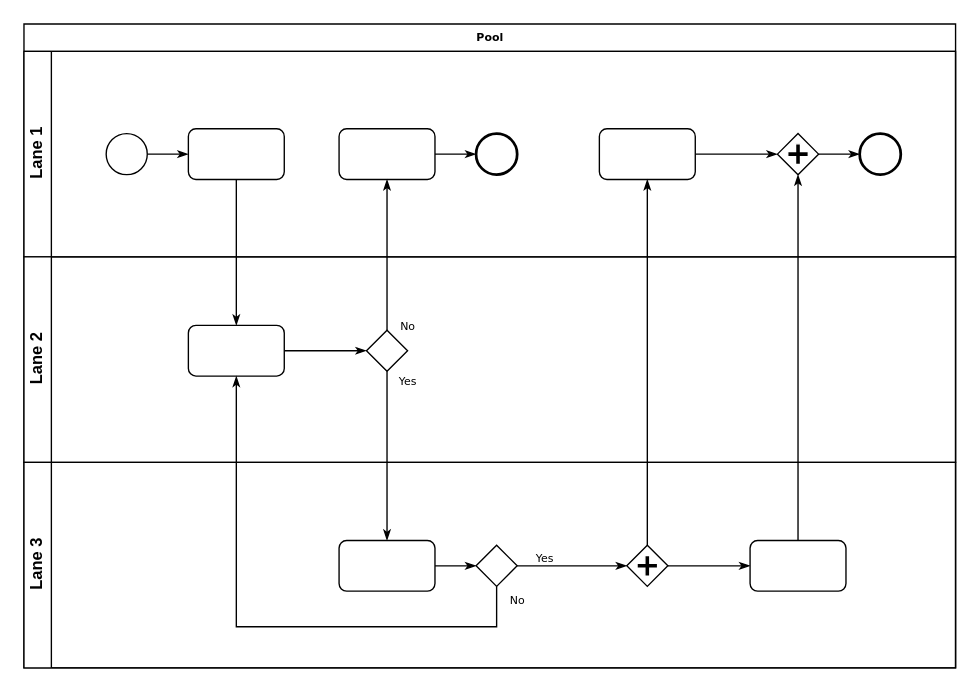
The draw.io diagram 3.drawio in romon-liangbo/draw, before the edit. Source tidied: cells renumbered, new cells numbered last; positions are measured from the earlier drawing's top-left corner, leaving out a move shared by most shapes. Both pictures are drawn from the tidied source at 137%, with x=0, y=0 at pixel (23, 23).
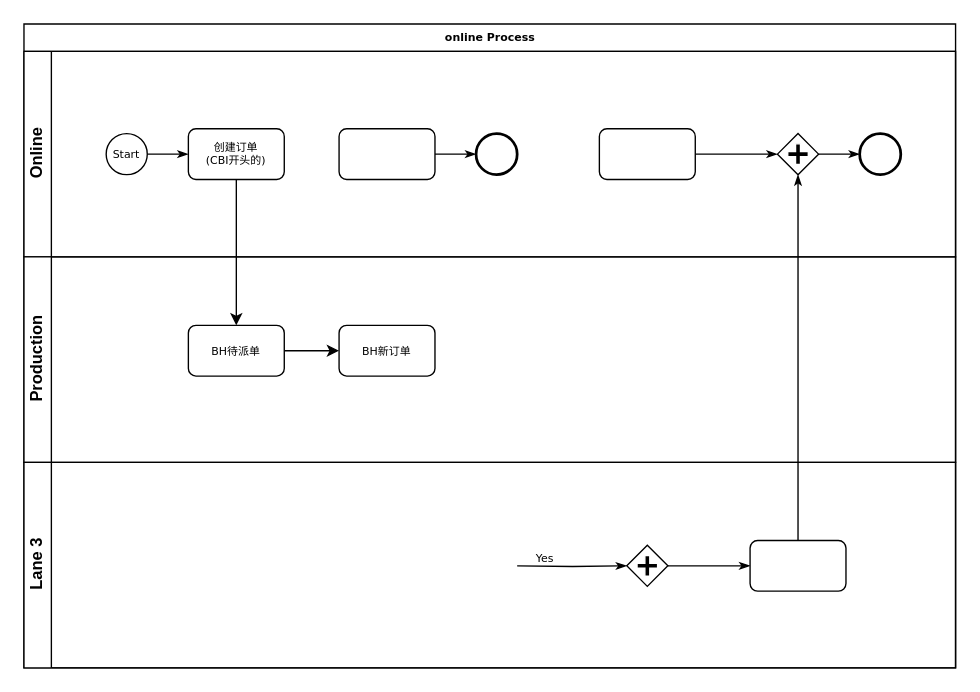
After the change.

The change refers to these unchanged cells:
```xml
<mxCell id="8" style="rounded=1;whiteSpace=wrap;html=1;shadow=0;labelBackgroundColor=none;strokeWidth=1;fontFamily=Verdana;fontSize=8;align=center;" parent="3" vertex="1">
  <mxGeometry x="230" y="56.5" width="70" height="37" as="geometry" />
</mxCell>
<mxCell id="11" style="rounded=1;whiteSpace=wrap;html=1;shadow=0;labelBackgroundColor=none;strokeWidth=1;fontFamily=Verdana;fontSize=8;align=center;" parent="3" vertex="1">
  <mxGeometry x="420" y="56.5" width="70" height="37" as="geometry" />
</mxCell>
<mxCell id="13" style="shape=mxgraph.bpmn.shape;html=1;verticalLabelPosition=bottom;labelBackgroundColor=#ffffff;verticalAlign=top;perimeter=rhombusPerimeter;background=gateway;outline=none;symbol=parallelGw;rounded=1;shadow=0;strokeWidth=1;fontFamily=Verdana;fontSize=8;align=center;" parent="3" vertex="1">
  <mxGeometry x="550" y="60" width="30" height="30" as="geometry" />
</mxCell>
<mxCell id="19" value="Lane 3" style="swimlane;html=1;startSize=20;horizontal=0;" parent="2" vertex="1">
  <mxGeometry y="320" width="680" height="150" as="geometry" />
</mxCell>
<mxCell id="25" style="shape=mxgraph.bpmn.shape;html=1;verticalLabelPosition=bottom;labelBackgroundColor=#ffffff;verticalAlign=top;perimeter=rhombusPerimeter;background=gateway;outline=none;symbol=parallelGw;rounded=1;shadow=0;strokeWidth=1;fontFamily=Verdana;fontSize=8;align=center;" parent="19" vertex="1">
  <mxGeometry x="440" y="60.5" width="30" height="30" as="geometry" />
</mxCell>
<mxCell id="26" style="rounded=1;whiteSpace=wrap;html=1;shadow=0;labelBackgroundColor=none;strokeWidth=1;fontFamily=Verdana;fontSize=8;align=center;" parent="19" vertex="1">
  <mxGeometry x="530" y="57" width="70" height="37" as="geometry" />
</mxCell>
```

Change to the diagram source:
```diff
@@
-    <mxCell id="2" value="Pool" style="swimlane;html=1;horizontal=1;startSize=20;rounded=0;shadow=0;labelBackgroundColor=none;strokeWidth=1;fontFamily=Verdana;fontSize=8;align=center;" parent="1" vertex="1">
+    <mxCell id="2" value="online Process" style="swimlane;html=1;horizontal=1;startSize=20;rounded=0;shadow=0;labelBackgroundColor=none;strokeWidth=1;fontFamily=Verdana;fontSize=8;align=center;" parent="1" vertex="1">
       <mxGeometry width="680" height="470" as="geometry" />
     </mxCell>
-    <mxCell id="3" value="Lane 1" style="swimlane;html=1;startSize=20;horizontal=0;" parent="2" vertex="1">
+    <mxCell id="3" value="Online" style="swimlane;html=1;startSize=20;horizontal=0;" parent="2" vertex="1">
       <mxGeometry y="20" width="680" height="150" as="geometry" />
     </mxCell>
@@
-    <mxCell id="5" style="ellipse;whiteSpace=wrap;html=1;rounded=0;shadow=0;labelBackgroundColor=none;strokeWidth=1;fontFamily=Verdana;fontSize=8;align=center;" parent="3" vertex="1">
+    <mxCell id="5" value="Start" style="ellipse;whiteSpace=wrap;html=1;rounded=0;shadow=0;labelBackgroundColor=none;strokeWidth=1;fontFamily=Verdana;fontSize=8;align=center;" parent="3" vertex="1">
       <mxGeometry x="60" y="60" width="30" height="30" as="geometry" />
     </mxCell>
-    <mxCell id="6" style="rounded=1;whiteSpace=wrap;html=1;shadow=0;labelBackgroundColor=none;strokeWidth=1;fontFamily=Verdana;fontSize=8;align=center;" parent="3" vertex="1">
+    <mxCell id="6" value="创建订单&lt;br&gt;(CBI开头的)" style="rounded=1;whiteSpace=wrap;html=1;shadow=0;labelBackgroundColor=none;strokeWidth=1;fontFamily=Verdana;fontSize=8;align=center;" parent="3" vertex="1">
       <mxGeometry x="120" y="56.5" width="70" height="37" as="geometry" />
     </mxCell>
@@
-    <mxCell id="15" value="Lane 2" style="swimlane;html=1;startSize=20;horizontal=0;" parent="2" vertex="1">
+    <mxCell id="15" value="Production" style="swimlane;html=1;startSize=20;horizontal=0;" parent="2" vertex="1">
       <mxGeometry y="170" width="680" height="150" as="geometry" />
     </mxCell>
-    <mxCell id="16" style="edgeStyle=orthogonalEdgeStyle;rounded=0;html=1;labelBackgroundColor=none;startArrow=none;startFill=0;startSize=5;endArrow=classicThin;endFill=1;endSize=5;jettySize=auto;strokeWidth=1;fontFamily=Verdana;fontSize=8;" parent="15" edge="1" source="17" target="18">
-      <mxGeometry relative="1" as="geometry" />
-    </mxCell>
+    <mxCell id="33" style="edgeStyle=orthogonalEdgeStyle;rounded=0;jettySize=auto;html=1;" parent="15" edge="1" source="17" target="34">
+      <mxGeometry relative="1" as="geometry" />
+    </mxCell>
-    <mxCell id="17" style="rounded=1;whiteSpace=wrap;html=1;shadow=0;labelBackgroundColor=none;strokeWidth=1;fontFamily=Verdana;fontSize=8;align=center;" parent="15" vertex="1">
+    <mxCell id="17" value="BH待派单" style="rounded=1;whiteSpace=wrap;html=1;shadow=0;labelBackgroundColor=none;strokeWidth=1;fontFamily=Verdana;fontSize=8;align=center;" parent="15" vertex="1">
       <mxGeometry x="120" y="50" width="70" height="37" as="geometry" />
     </mxCell>
-    <mxCell id="18" style="strokeWidth=1;html=1;shape=mxgraph.flowchart.decision;whiteSpace=wrap;rounded=1;shadow=0;labelBackgroundColor=none;fontFamily=Verdana;fontSize=8;align=center;" parent="15" vertex="1">
-      <mxGeometry x="250" y="53.5" width="30" height="30" as="geometry" />
-    </mxCell>
+    <mxCell id="34" value="BH新订单" style="rounded=1;whiteSpace=wrap;html=1;shadow=0;labelBackgroundColor=none;strokeWidth=1;fontFamily=Verdana;fontSize=8;align=center;" parent="15" vertex="1">
+      <mxGeometry x="230" y="50" width="70" height="37" as="geometry" />
+    </mxCell>
@@
-    <mxCell id="20" style="edgeStyle=orthogonalEdgeStyle;rounded=0;html=1;labelBackgroundColor=none;startArrow=none;startFill=0;startSize=5;endArrow=classicThin;endFill=1;endSize=5;jettySize=auto;strokeWidth=1;fontFamily=Verdana;fontSize=8;" parent="19" edge="1" source="21" target="23">
-      <mxGeometry relative="1" as="geometry" />
-    </mxCell>
-    <mxCell id="21" style="rounded=1;whiteSpace=wrap;html=1;shadow=0;labelBackgroundColor=none;strokeWidth=1;fontFamily=Verdana;fontSize=8;align=center;" parent="19" vertex="1">
-      <mxGeometry x="230" y="57" width="70" height="37" as="geometry" />
-    </mxCell>
-    <mxCell id="22" value="Yes" style="edgeStyle=orthogonalEdgeStyle;rounded=0;html=1;entryX=0;entryY=0.5;labelBackgroundColor=none;startArrow=none;startFill=0;startSize=5;endArrow=classicThin;endFill=1;endSize=5;jettySize=auto;strokeWidth=1;fontFamily=Verdana;fontSize=8;" parent="19" edge="1" source="23" target="25">
-      <mxGeometry x="-0.5" y="6" relative="1" as="geometry" />
+    <mxCell id="22" value="Yes" style="edgeStyle=orthogonalEdgeStyle;rounded=0;html=1;entryX=0;entryY=0.5;labelBackgroundColor=none;startArrow=none;startFill=0;startSize=5;endArrow=classicThin;endFill=1;endSize=5;jettySize=auto;strokeWidth=1;fontFamily=Verdana;fontSize=8;" parent="19" edge="1" target="25">
+      <mxGeometry x="-0.5" y="6" relative="1" as="geometry">
+        <mxPoint x="360" y="75.5" as="sourcePoint" />
+      </mxGeometry>
     </mxCell>
-    <mxCell id="23" style="strokeWidth=1;html=1;shape=mxgraph.flowchart.decision;whiteSpace=wrap;rounded=1;shadow=0;labelBackgroundColor=none;fontFamily=Verdana;fontSize=8;align=center;" parent="19" vertex="1">
-      <mxGeometry x="330" y="60.5" width="30" height="30" as="geometry" />
-    </mxCell>
@@
+    <mxCell id="30" style="edgeStyle=orthogonalEdgeStyle;rounded=0;html=1;entryX=0.5;entryY=1;labelBackgroundColor=none;startArrow=none;startFill=0;startSize=5;endArrow=classicThin;endFill=1;endSize=5;jettySize=auto;strokeWidth=1;fontFamily=Verdana;fontSize=8;" parent="2" edge="1" source="26" target="13">
+      <mxGeometry relative="1" as="geometry" />
+    </mxCell>
-    <mxCell id="27" style="edgeStyle=orthogonalEdgeStyle;rounded=0;html=1;labelBackgroundColor=none;startArrow=none;startFill=0;startSize=5;endArrow=classicThin;endFill=1;endSize=5;jettySize=auto;strokeWidth=1;fontFamily=Verdana;fontSize=8;" parent="2" edge="1" source="6" target="17">
+    <mxCell id="27" style="edgeStyle=orthogonalEdgeStyle;rounded=0;jettySize=auto;html=1;" parent="2" edge="1" source="6" target="17">
       <mxGeometry relative="1" as="geometry" />
     </mxCell>
-    <mxCell id="28" value="No" style="edgeStyle=orthogonalEdgeStyle;rounded=0;html=1;labelBackgroundColor=none;startArrow=none;startFill=0;startSize=5;endArrow=classicThin;endFill=1;endSize=5;jettySize=auto;strokeWidth=1;fontFamily=Verdana;fontSize=8;" parent="2" edge="1" source="18" target="8">
-      <mxGeometry x="-0.94" y="-15" relative="1" as="geometry" />
-    </mxCell>
-    <mxCell id="29" value="Yes" style="edgeStyle=orthogonalEdgeStyle;rounded=0;html=1;labelBackgroundColor=none;startArrow=none;startFill=0;startSize=5;endArrow=classicThin;endFill=1;endSize=5;jettySize=auto;strokeWidth=1;fontFamily=Verdana;fontSize=8;" parent="2" edge="1" source="18" target="21">
-      <mxGeometry x="-0.89" y="15" relative="1" as="geometry" />
-    </mxCell>
-    <mxCell id="30" style="edgeStyle=orthogonalEdgeStyle;rounded=0;html=1;entryX=0.5;entryY=1;labelBackgroundColor=none;startArrow=none;startFill=0;startSize=5;endArrow=classicThin;endFill=1;endSize=5;jettySize=auto;strokeWidth=1;fontFamily=Verdana;fontSize=8;" parent="2" edge="1" source="26" target="13">
-      <mxGeometry relative="1" as="geometry" />
-    </mxCell>
-    <mxCell id="31" value="No" style="edgeStyle=orthogonalEdgeStyle;rounded=0;html=1;labelBackgroundColor=none;startArrow=none;startFill=0;startSize=5;endArrow=classicThin;endFill=1;endSize=5;jettySize=auto;strokeWidth=1;fontFamily=Verdana;fontSize=8;" parent="2" edge="1" source="23" target="17">
-      <mxGeometry x="-0.95" y="15" relative="1" as="geometry">
-        <Array as="points">
-          <mxPoint x="345" y="440" />
-          <mxPoint x="155" y="440" />
-        </Array>
-      </mxGeometry>
-    </mxCell>
-    <mxCell id="32" style="edgeStyle=orthogonalEdgeStyle;rounded=0;html=1;labelBackgroundColor=none;startArrow=none;startFill=0;startSize=5;endArrow=classicThin;endFill=1;endSize=5;jettySize=auto;strokeWidth=1;fontFamily=Verdana;fontSize=8;" parent="2" edge="1" source="25" target="11">
-      <mxGeometry relative="1" as="geometry" />
-    </mxCell>
```
